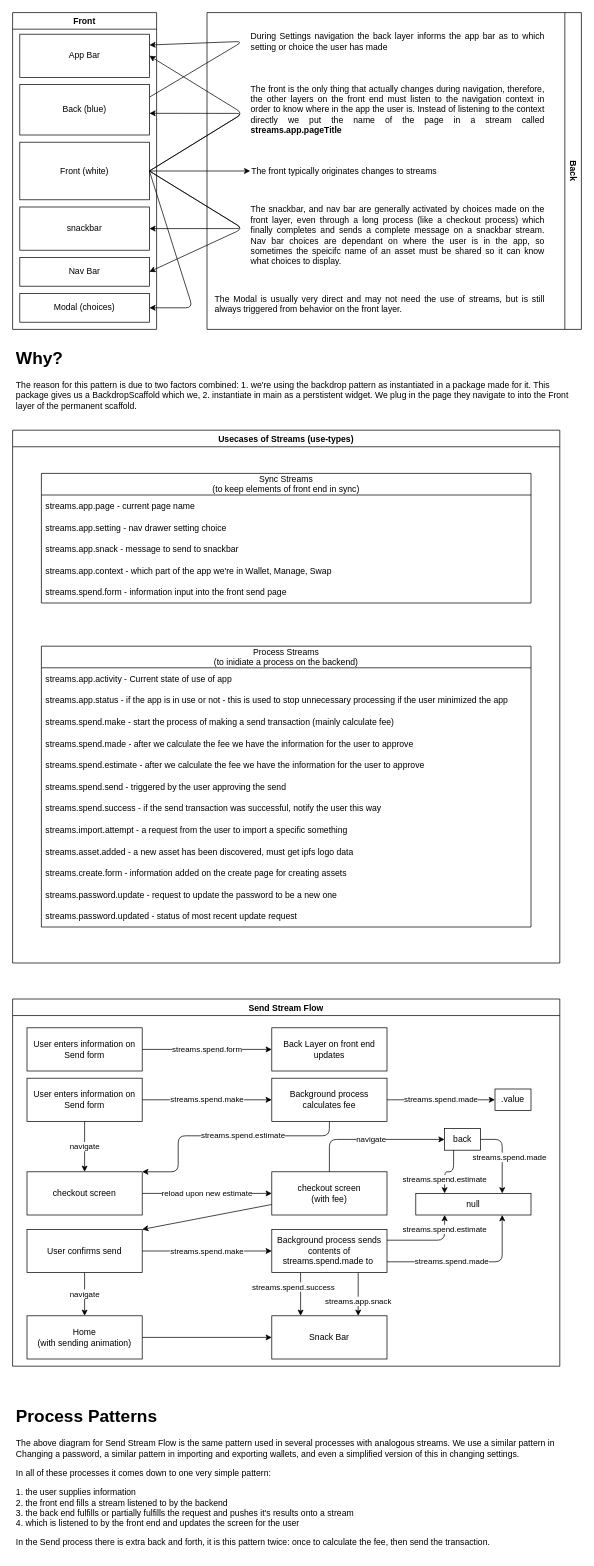
Above: client_back/docs/diagrams/streams/frontend_overview.drawio in moontreeapp/moontree (draw.io), before the change. Source tidied: cells renumbered, new cells numbered last; positions are measured from the earlier drawing's top-left corner, leaving out a move shared by most shapes. Both pictures are drawn from the tidied source at 72%, with x=0, y=0 at pixel (12, 12).
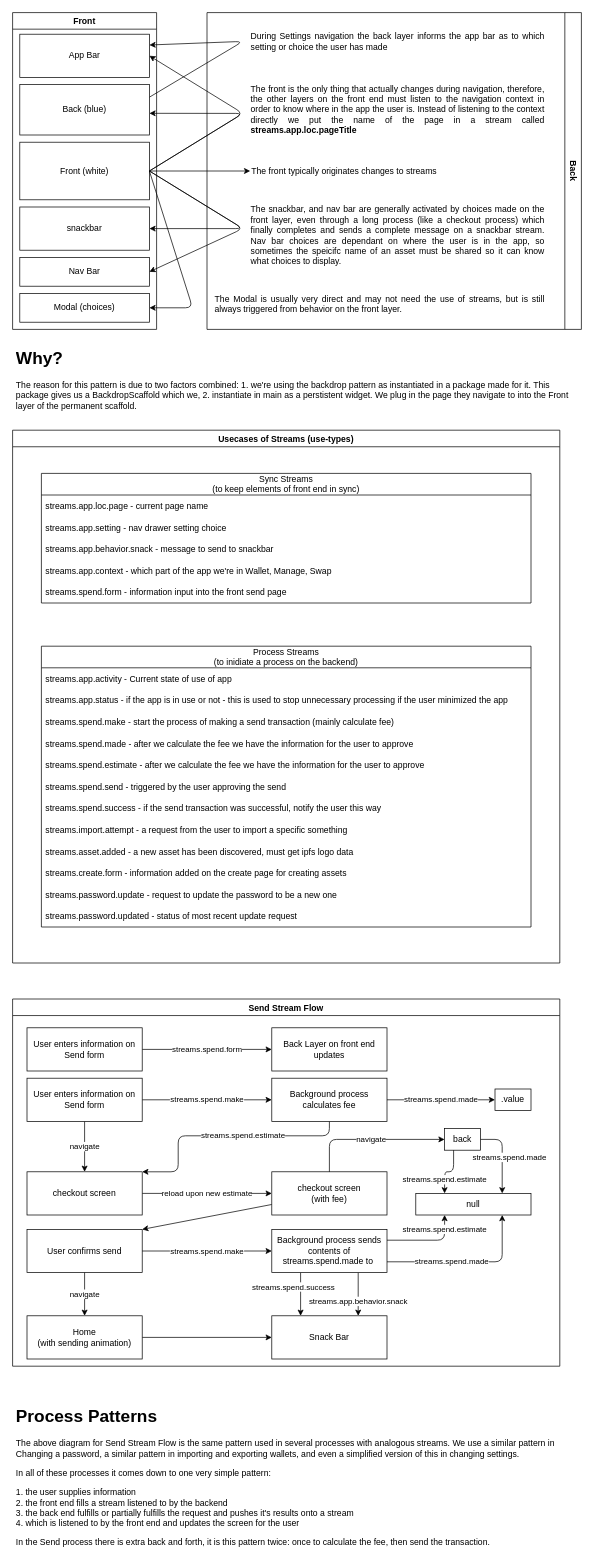
The same diagram, later.

The change refers to these unchanged cells:
```xml
<mxCell id="15" value="Back" style="swimlane;horizontal=0;rotation=-180;" parent="1" vertex="1">
  <mxGeometry x="270" width="520" height="440" as="geometry" />
</mxCell>
<mxCell id="37" value="Sync Streams&#10;(to keep elements of front end in sync)" style="swimlane;fontStyle=0;horizontal=1;startSize=30;" parent="23" vertex="1">
  <mxGeometry x="40" y="60" width="680" height="180" as="geometry" />
</mxCell>
<mxCell id="43" value="Send Stream Flow" style="swimlane;" parent="1" vertex="1">
  <mxGeometry y="1370" width="760" height="510" as="geometry" />
</mxCell>
<mxCell id="62" value="Background process sends contents of streams.spend.made to&amp;nbsp;" style="rounded=0;whiteSpace=wrap;html=1;" parent="43" vertex="1">
  <mxGeometry x="360" y="320" width="160" height="60" as="geometry" />
</mxCell>
<mxCell id="72" value="Snack Bar" style="rounded=0;whiteSpace=wrap;html=1;" parent="43" vertex="1">
  <mxGeometry x="360" y="440" width="160" height="60" as="geometry" />
</mxCell>
```

Diff of the diagram source:
```diff
@@
-    <mxCell id="17" value="&lt;div style=&quot;text-align: justify&quot;&gt;&lt;span&gt;The front is the only thing that actually changes during navigation, therefore, the other layers on the front end must listen to the navigation context in order to know where in the app the user is. Instead of listening to the context directly we put the name of the page in a stream called &lt;/span&gt;&lt;b&gt;streams.app.pageTitle&lt;/b&gt;&lt;/div&gt;" style="text;html=1;strokeColor=none;fillColor=none;align=center;verticalAlign=middle;whiteSpace=wrap;rounded=0;" parent="15" vertex="1">
+    <mxCell id="17" value="&lt;div style=&quot;text-align: justify&quot;&gt;&lt;span&gt;The front is the only thing that actually changes during navigation, therefore, the other layers on the front end must listen to the navigation context in order to know where in the app the user is. Instead of listening to the context directly we put the name of the page in a stream called &lt;/span&gt;&lt;b&gt;streams.app.loc.pageTitle&lt;/b&gt;&lt;/div&gt;" style="text;html=1;strokeColor=none;fillColor=none;align=center;verticalAlign=middle;whiteSpace=wrap;rounded=0;" parent="15" vertex="1">
       <mxGeometry x="60" y="90" width="410" height="90" as="geometry" />
     </mxCell>
@@
-    <mxCell id="38" value="streams.app.page - current page name" style="text;strokeColor=none;fillColor=none;align=left;verticalAlign=middle;spacingLeft=4;spacingRight=4;overflow=hidden;" parent="37" vertex="1">
+    <mxCell id="38" value="streams.app.loc.page - current page name" style="text;strokeColor=none;fillColor=none;align=left;verticalAlign=middle;spacingLeft=4;spacingRight=4;overflow=hidden;" parent="37" vertex="1">
       <mxGeometry y="30" width="680" height="30" as="geometry" />
     </mxCell>
@@
-    <mxCell id="40" value="streams.app.snack - message to send to snackbar" style="text;strokeColor=none;fillColor=none;align=left;verticalAlign=middle;spacingLeft=4;spacingRight=4;overflow=hidden;" parent="37" vertex="1">
+    <mxCell id="40" value="streams.app.behavior.snack - message to send to snackbar" style="text;strokeColor=none;fillColor=none;align=left;verticalAlign=middle;spacingLeft=4;spacingRight=4;overflow=hidden;" parent="37" vertex="1">
       <mxGeometry y="90" width="680" height="30" as="geometry" />
     </mxCell>
@@
-    <mxCell id="58" value="streams.app.snack" style="edgeStyle=none;html=1;exitX=0.75;exitY=1;exitDx=0;exitDy=0;entryX=0.75;entryY=0;entryDx=0;entryDy=0;" parent="43" edge="1" source="62" target="72">
+    <mxCell id="58" value="streams.app.behavior.snack" style="edgeStyle=none;html=1;exitX=0.75;exitY=1;exitDx=0;exitDy=0;entryX=0.75;entryY=0;entryDx=0;entryDy=0;" parent="43" edge="1" source="62" target="72">
       <mxGeometry x="0.33" relative="1" as="geometry" />
     </mxCell>
```
